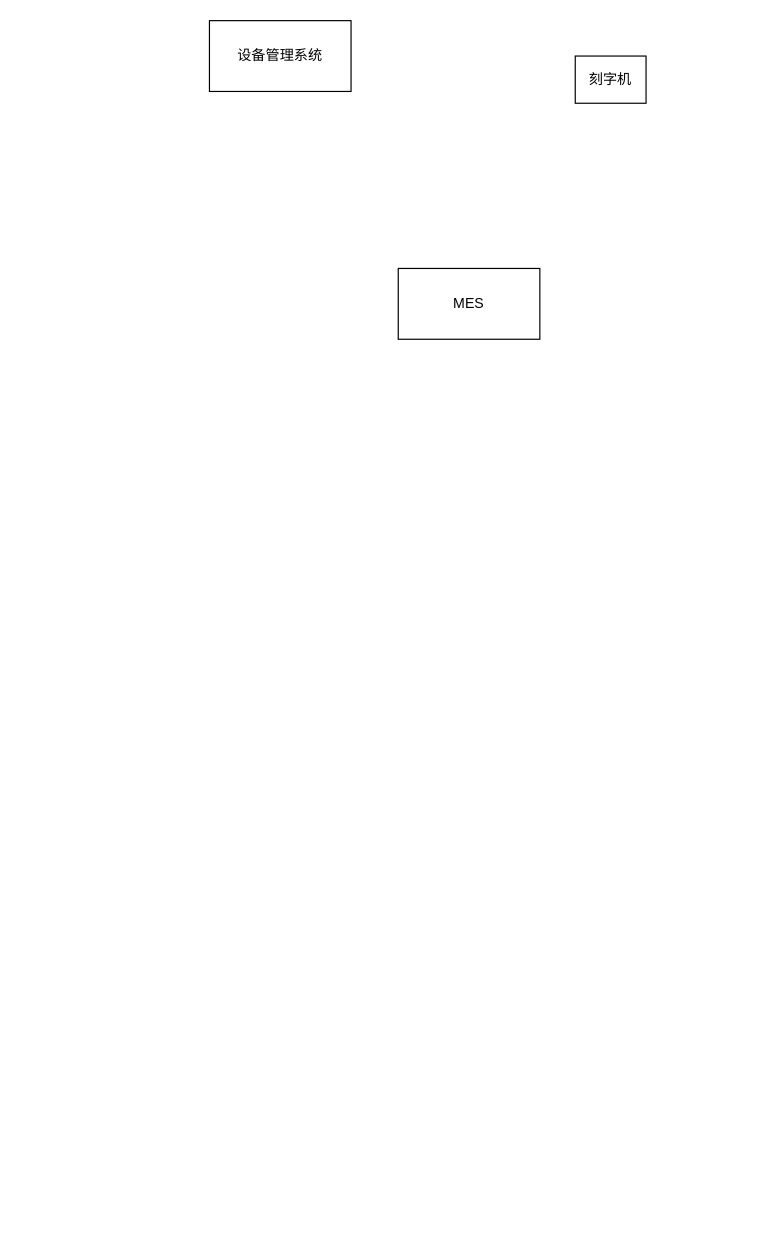
Above: 未命名绘图.drawio in lhorizon/12306Python (draw.io), before the change. Source tidied: cells renumbered, new cells numbered last; positions are measured from the earlier drawing's top-left corner, leaving out a move shared by most shapes. Both pictures are drawn from the tidied source at 118%, with x=0, y=0 at pixel (209, 20).
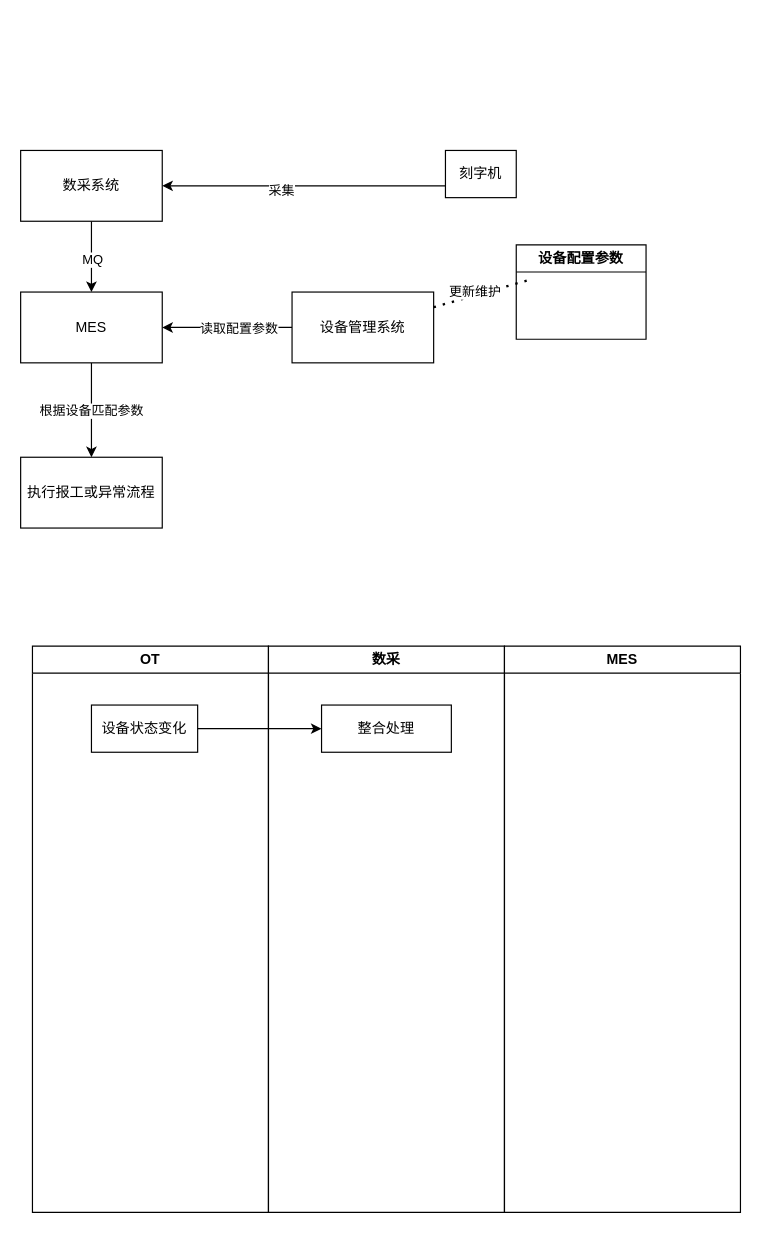
The same page after the edit.

Commit message (it also covers changes not shown here):
更新未命名绘图.drawio

Change to the diagram source:
```diff
@@
+    <mxCell id="5" style="edgeStyle=orthogonalEdgeStyle;rounded=0;jettySize=auto;html=1;exitX=0;exitY=0.75;exitDx=0;exitDy=0;entryX=1;entryY=0.5;entryDx=0;entryDy=0;" parent="1" edge="1" source="2" target="13">
+      <mxGeometry relative="1" as="geometry" />
+    </mxCell>
+    <mxCell id="6" value="采集" style="edgeLabel;html=1;align=center;verticalAlign=middle;" parent="5" vertex="1">
+      <mxGeometry x="0.17" y="3" relative="1" as="geometry" />
+    </mxCell>
     <mxCell id="2" value="刻字机" style="rounded=0;whiteSpace=wrap;html=1;" parent="1" vertex="1">
-      <mxGeometry x="310" y="30" width="60" height="40" as="geometry" />
+      <mxGeometry x="200" y="110" width="60" height="40" as="geometry" />
     </mxCell>
+    <mxCell id="7" style="edgeStyle=orthogonalEdgeStyle;rounded=0;jettySize=auto;html=1;" parent="1" edge="1" source="3">
+      <mxGeometry relative="1" as="geometry">
+        <mxPoint x="-100" y="370" as="targetPoint" />
+      </mxGeometry>
+    </mxCell>
+    <mxCell id="8" value="根据设备匹配参数" style="edgeLabel;html=1;align=center;verticalAlign=middle;" parent="7" vertex="1">
+      <mxGeometry x="0.03" y="-1" relative="1" as="geometry" />
+    </mxCell>
     <mxCell id="3" value="MES" style="rounded=0;whiteSpace=wrap;html=1;" parent="1" vertex="1">
-      <mxGeometry x="160" y="210" width="120" height="60" as="geometry" />
+      <mxGeometry x="-160" y="230" width="120" height="60" as="geometry" />
     </mxCell>
+    <mxCell id="9" style="edgeStyle=orthogonalEdgeStyle;rounded=0;jettySize=auto;html=1;" parent="1" edge="1" source="4" target="3">
+      <mxGeometry relative="1" as="geometry" />
+    </mxCell>
+    <mxCell id="10" value="读取配置参数" style="edgeLabel;html=1;align=center;verticalAlign=middle;" parent="9" vertex="1">
+      <mxGeometry x="0.2" y="-2" relative="1" as="geometry">
+        <mxPoint x="20" y="2" as="offset" />
+      </mxGeometry>
+    </mxCell>
     <mxCell id="4" value="设备管理系统" style="rounded=0;whiteSpace=wrap;html=1;" parent="1" vertex="1">
-      <mxGeometry width="120" height="60" as="geometry" />
+      <mxGeometry x="70" y="230" width="120" height="60" as="geometry" />
     </mxCell>
+    <mxCell id="11" style="edgeStyle=orthogonalEdgeStyle;rounded=0;jettySize=auto;html=1;" parent="1" edge="1" source="13" target="3">
+      <mxGeometry relative="1" as="geometry" />
+    </mxCell>
+    <mxCell id="12" value="MQ" style="edgeLabel;html=1;align=center;verticalAlign=middle;" parent="11" vertex="1">
+      <mxGeometry x="0.07" relative="1" as="geometry" />
+    </mxCell>
+    <mxCell id="13" value="数采系统" style="rounded=0;whiteSpace=wrap;html=1;" parent="1" vertex="1">
+      <mxGeometry x="-160" y="110" width="120" height="60" as="geometry" />
+    </mxCell>
+    <mxCell id="14" value="设备配置参数" style="swimlane;whiteSpace=wrap;html=1;" parent="1" vertex="1">
+      <mxGeometry x="260" y="190" width="110" height="80" as="geometry" />
+    </mxCell>
+    <mxCell id="15" style="endArrow=none;dashed=1;html=1;dashPattern=1 3;strokeWidth=2;rounded=0;" parent="1" edge="1" source="4">
+      <mxGeometry relative="1" as="geometry">
+        <mxPoint x="270" y="220" as="targetPoint" />
+      </mxGeometry>
+    </mxCell>
+    <mxCell id="16" value="更新维护" style="edgeLabel;html=1;align=center;verticalAlign=middle;" parent="15" vertex="1">
+      <mxGeometry x="-0.11" y="3" relative="1" as="geometry" />
+    </mxCell>
+    <mxCell id="17" value="执行报工或异常流程" style="rounded=0;whiteSpace=wrap;html=1;" parent="1" vertex="1">
+      <mxGeometry x="-160" y="370" width="120" height="60" as="geometry" />
+    </mxCell>
+    <mxCell id="18" value="OT" style="swimlane;whiteSpace=wrap;html=1;" parent="1" vertex="1">
+      <mxGeometry x="-150" y="530" width="200" height="480" as="geometry" />
+    </mxCell>
+    <mxCell id="19" value="设备状态变化" style="rounded=0;whiteSpace=wrap;html=1;" parent="18" vertex="1">
+      <mxGeometry x="50" y="50" width="90" height="40" as="geometry" />
+    </mxCell>
+    <mxCell id="20" value="数采" style="swimlane;whiteSpace=wrap;html=1;" parent="1" vertex="1">
+      <mxGeometry x="50" y="530" width="200" height="480" as="geometry" />
+    </mxCell>
+    <mxCell id="21" value="整合处理" style="rounded=0;whiteSpace=wrap;html=1;" parent="20" vertex="1">
+      <mxGeometry x="45" y="50" width="110" height="40" as="geometry" />
+    </mxCell>
+    <mxCell id="22" value="MES" style="swimlane;whiteSpace=wrap;html=1;" parent="1" vertex="1">
+      <mxGeometry x="250" y="530" width="200" height="480" as="geometry" />
+    </mxCell>
+    <mxCell id="23" style="edgeStyle=orthogonalEdgeStyle;rounded=0;jettySize=auto;html=1;" parent="1" edge="1" source="19" target="21">
+      <mxGeometry relative="1" as="geometry" />
+    </mxCell>
```
